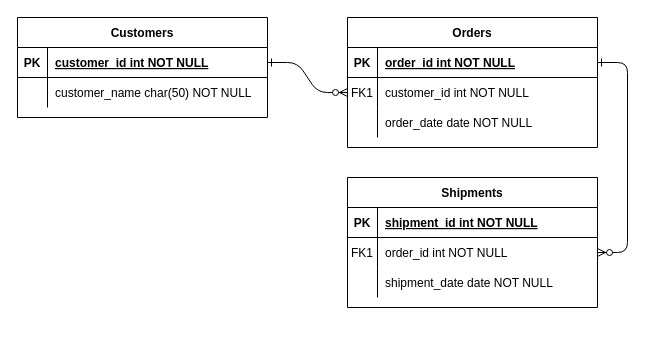
Above: 제목 없는 다이어그램.drawio in iniyo/DB_Design (draw.io), before the change. Source tidied: cells renumbered, new cells numbered last; positions are measured from the earlier drawing's top-left corner, leaving out a move shared by most shapes. Both pictures are drawn from the tidied source at 100%, with x=0, y=0 at pixel (17, 17).
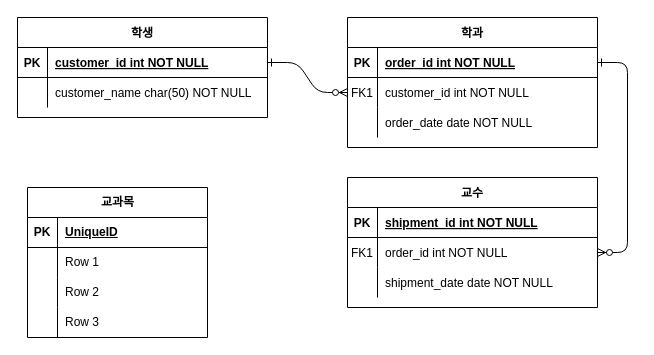
Above is the later version.

Commit message:
대학 학사 시스템 ERD

Diff of the diagram source:
```diff
@@
-    <mxCell id="4" value="Orders" style="shape=table;startSize=30;childLayout=tableLayout;rowLines=0;fontStyle=1;align=center;" parent="1" vertex="1">
+    <mxCell id="4" value="학과" style="shape=table;startSize=30;childLayout=tableLayout;rowLines=0;fontStyle=1;align=center;" parent="1" vertex="1">
       <mxGeometry x="330" width="250" height="130" as="geometry" />
     </mxCell>
@@
-    <mxCell id="14" value="Shipments" style="shape=table;startSize=30;childLayout=tableLayout;rowLines=0;fontStyle=1;align=center;" parent="1" vertex="1">
+    <mxCell id="14" value="교수" style="shape=table;startSize=30;childLayout=tableLayout;rowLines=0;fontStyle=1;align=center;" parent="1" vertex="1">
       <mxGeometry x="330" y="160" width="250" height="130" as="geometry" />
     </mxCell>
@@
-    <mxCell id="24" value="Customers" style="shape=table;startSize=30;childLayout=tableLayout;rowLines=0;fontStyle=1;align=center;" parent="1" vertex="1">
+    <mxCell id="24" value="학생" style="shape=table;startSize=30;childLayout=tableLayout;rowLines=0;fontStyle=1;align=center;" parent="1" vertex="1">
       <mxGeometry width="250" height="100" as="geometry" />
     </mxCell>
@@
+    <mxCell id="31" value="교과목" style="shape=table;startSize=30;childLayout=tableLayout;rowLines=0;fontStyle=1;align=center;html=1;" parent="1" vertex="1">
+      <mxGeometry x="10" y="170" width="180" height="150" as="geometry" />
+    </mxCell>
+    <mxCell id="32" style="shape=tableRow;horizontal=0;startSize=0;swimlaneHead=0;swimlaneBody=0;fillColor=none;top=0;left=0;right=0;bottom=1;" parent="31" vertex="1">
+      <mxGeometry y="30" width="180" height="30" as="geometry" />
+    </mxCell>
+    <mxCell id="33" value="PK" style="shape=partialRectangle;fillColor=none;top=0;left=0;bottom=0;right=0;fontStyle=1;overflow=hidden;whiteSpace=wrap;html=1;" parent="32" vertex="1">
+      <mxGeometry width="30" height="30" as="geometry" />
+    </mxCell>
+    <mxCell id="34" value="UniqueID" style="shape=partialRectangle;fillColor=none;top=0;left=0;bottom=0;right=0;align=left;spacingLeft=6;fontStyle=5;overflow=hidden;whiteSpace=wrap;html=1;" parent="32" vertex="1">
+      <mxGeometry x="30" width="150" height="30" as="geometry" />
+    </mxCell>
+    <mxCell id="35" style="shape=tableRow;horizontal=0;startSize=0;swimlaneHead=0;swimlaneBody=0;fillColor=none;top=0;left=0;right=0;bottom=0;" parent="31" vertex="1">
+      <mxGeometry y="60" width="180" height="30" as="geometry" />
+    </mxCell>
+    <mxCell id="36" style="shape=partialRectangle;fillColor=none;top=0;left=0;bottom=0;right=0;overflow=hidden;whiteSpace=wrap;html=1;" parent="35" vertex="1">
+      <mxGeometry width="30" height="30" as="geometry" />
+    </mxCell>
+    <mxCell id="37" value="Row 1" style="shape=partialRectangle;fillColor=none;top=0;left=0;bottom=0;right=0;align=left;spacingLeft=6;overflow=hidden;whiteSpace=wrap;html=1;" parent="35" vertex="1">
+      <mxGeometry x="30" width="150" height="30" as="geometry" />
+    </mxCell>
+    <mxCell id="38" style="shape=tableRow;horizontal=0;startSize=0;swimlaneHead=0;swimlaneBody=0;fillColor=none;top=0;left=0;right=0;bottom=0;" parent="31" vertex="1">
+      <mxGeometry y="90" width="180" height="30" as="geometry" />
+    </mxCell>
+    <mxCell id="39" style="shape=partialRectangle;fillColor=none;top=0;left=0;bottom=0;right=0;overflow=hidden;whiteSpace=wrap;html=1;" parent="38" vertex="1">
+      <mxGeometry width="30" height="30" as="geometry" />
+    </mxCell>
+    <mxCell id="40" value="Row 2" style="shape=partialRectangle;fillColor=none;top=0;left=0;bottom=0;right=0;align=left;spacingLeft=6;overflow=hidden;whiteSpace=wrap;html=1;" parent="38" vertex="1">
+      <mxGeometry x="30" width="150" height="30" as="geometry" />
+    </mxCell>
+    <mxCell id="41" style="shape=tableRow;horizontal=0;startSize=0;swimlaneHead=0;swimlaneBody=0;fillColor=none;top=0;left=0;right=0;bottom=0;" parent="31" vertex="1">
+      <mxGeometry y="120" width="180" height="30" as="geometry" />
+    </mxCell>
+    <mxCell id="42" style="shape=partialRectangle;fillColor=none;top=0;left=0;bottom=0;right=0;overflow=hidden;whiteSpace=wrap;html=1;" parent="41" vertex="1">
+      <mxGeometry width="30" height="30" as="geometry" />
+    </mxCell>
+    <mxCell id="43" value="Row 3" style="shape=partialRectangle;fillColor=none;top=0;left=0;bottom=0;right=0;align=left;spacingLeft=6;overflow=hidden;whiteSpace=wrap;html=1;" parent="41" vertex="1">
+      <mxGeometry x="30" width="150" height="30" as="geometry" />
+    </mxCell>
```
